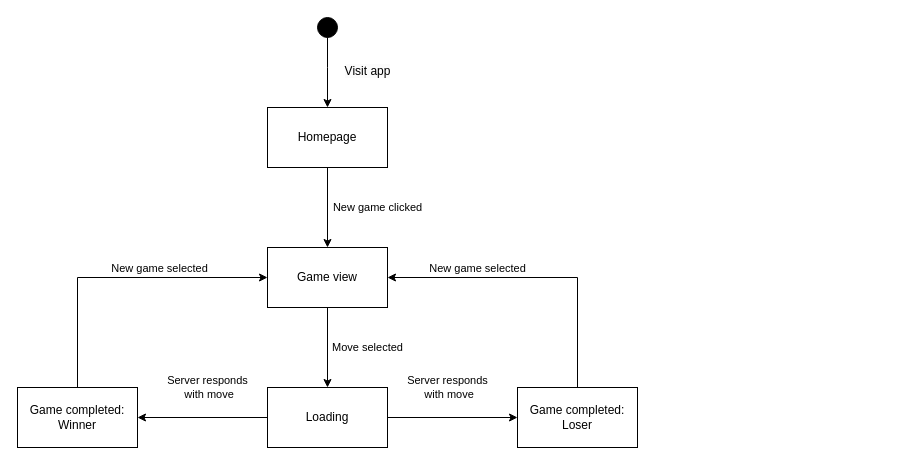
Before: page "State" (3 of 4) of the-game-diagrams-it1.drawio in RobertoGM/the-game, a draw.io diagram. Source tidied: cells renumbered, new cells numbered last; positions are measured from the earlier drawing's top-left corner, leaving out a move shared by most shapes. Both pictures are drawn from the tidied source at 100%, with x=0, y=0 at pixel (17, 17).
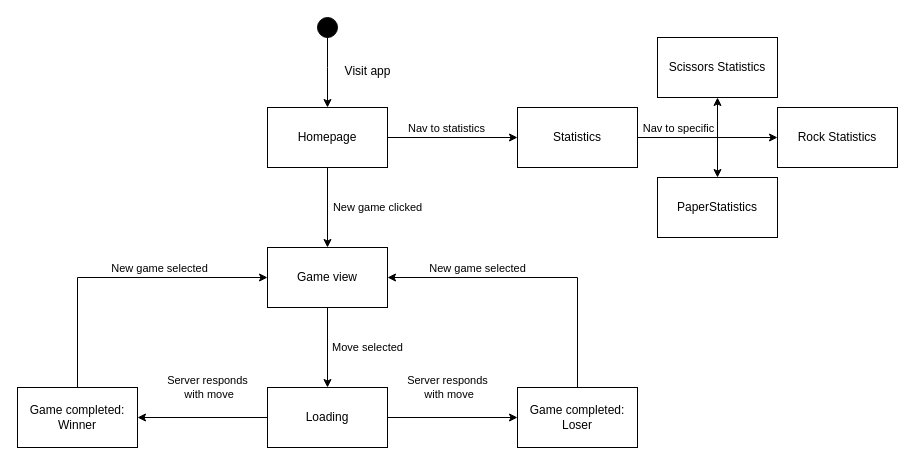
Above is the later version.

The change refers to these unchanged cells:
```xml
<mxCell id="5" value="Homepage" style="rounded=0;whiteSpace=wrap;html=1;" parent="1" vertex="1">
  <mxGeometry x="250" y="90" width="120" height="60" as="geometry" />
</mxCell>
```

The edit, as a diff of the source:
```diff
@@
+    <mxCell id="17" style="edgeStyle=orthogonalEdgeStyle;rounded=0;jettySize=auto;html=1;" parent="1" edge="1" source="5" target="23">
+      <mxGeometry relative="1" as="geometry" />
+    </mxCell>
+    <mxCell id="18" value="Nav to statistics" style="edgeLabel;html=1;align=center;verticalAlign=middle;" parent="17" vertex="1">
+      <mxGeometry x="-0.18" relative="1" as="geometry">
+        <mxPoint x="5" y="-10" as="offset" />
+      </mxGeometry>
+    </mxCell>
@@
+    <mxCell id="19" style="edgeStyle=orthogonalEdgeStyle;rounded=0;jettySize=auto;html=1;" parent="1" edge="1" source="23" target="24">
+      <mxGeometry relative="1" as="geometry" />
+    </mxCell>
+    <mxCell id="20" style="edgeStyle=orthogonalEdgeStyle;rounded=0;jettySize=auto;html=1;" parent="1" edge="1" source="23" target="25">
+      <mxGeometry relative="1" as="geometry" />
+    </mxCell>
+    <mxCell id="21" style="edgeStyle=orthogonalEdgeStyle;rounded=0;jettySize=auto;html=1;" parent="1" edge="1" source="23" target="26">
+      <mxGeometry relative="1" as="geometry" />
+    </mxCell>
+    <mxCell id="22" value="Nav to specific" style="edgeLabel;html=1;align=center;verticalAlign=middle;" parent="21" vertex="1">
+      <mxGeometry x="-0.3" y="2" relative="1" as="geometry">
+        <mxPoint x="-2" y="-8" as="offset" />
+      </mxGeometry>
+    </mxCell>
+    <mxCell id="23" value="Statistics" style="rounded=0;whiteSpace=wrap;html=1;" parent="1" vertex="1">
+      <mxGeometry x="500" y="90" width="120" height="60" as="geometry" />
+    </mxCell>
+    <mxCell id="24" value="Scissors Statistics" style="rounded=0;whiteSpace=wrap;html=1;" parent="1" vertex="1">
+      <mxGeometry x="640" y="20" width="120" height="60" as="geometry" />
+    </mxCell>
+    <mxCell id="25" value="Rock Statistics" style="rounded=0;whiteSpace=wrap;html=1;" parent="1" vertex="1">
+      <mxGeometry x="760" y="90" width="120" height="60" as="geometry" />
+    </mxCell>
+    <mxCell id="26" value="PaperStatistics" style="rounded=0;whiteSpace=wrap;html=1;" parent="1" vertex="1">
+      <mxGeometry x="640" y="160" width="120" height="60" as="geometry" />
+    </mxCell>
```
